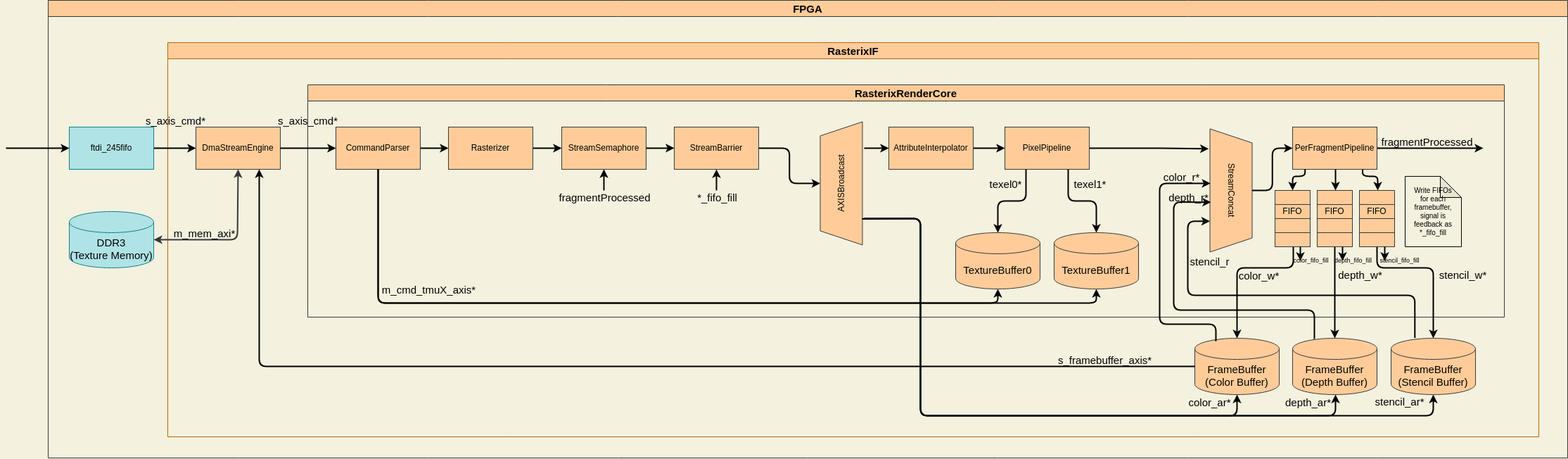
ToNi3141/Rasterix keeps this draw.io diagram as pictures/fpgaFlow.drawio.png. Above is the earlier version. Source tidied: cells renumbered, new cells last; positions are measured from the earlier drawing's top-left corner, leaving out a move shared by most shapes.
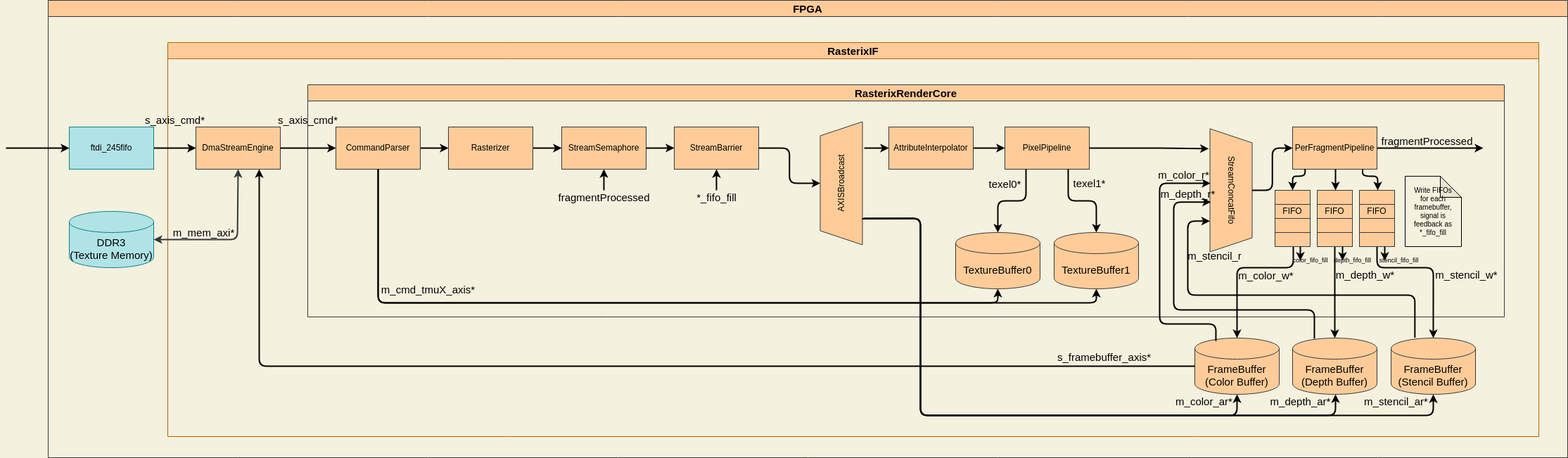
After the commit.

Commit message:
add slave and master prefix to the PixelPipeline, PerFragmentPipeline and StreamConcatFiFo

What changed in the source:
```diff
@@ -115,17 +115,17 @@
         </Array>
       </mxGeometry>
     </mxCell>
-    <mxCell id="31" value="color_w*" style="edgeLabel;html=1;align=center;verticalAlign=middle;fontSize=15;fontColor=#000000;labelBackgroundColor=none;" parent="30" vertex="1">
+    <mxCell id="31" value="m_color_w*" style="edgeLabel;html=1;align=center;verticalAlign=middle;fontSize=15;fontColor=#000000;labelBackgroundColor=none;" parent="30" vertex="1">
       <mxGeometry x="0.55" y="2" relative="1" as="geometry">
-        <mxPoint x="28" y="-42" as="offset" />
+        <mxPoint x="39" y="-42" as="offset" />
       </mxGeometry>
     </mxCell>
     <mxCell id="32" style="edgeStyle=orthogonalEdgeStyle;html=1;labelBackgroundColor=none;fontSize=15;fontColor=#000000;startArrow=none;startFill=0;strokeColor=#000000;strokeWidth=2;entryX=0.5;entryY=0;entryDx=0;entryDy=0;entryPerimeter=0;exitX=0.5;exitY=1;exitDx=0;exitDy=0;" parent="8" edge="1" source="69" target="11">
       <mxGeometry relative="1" as="geometry" />
     </mxCell>
-    <mxCell id="33" value="depth_w*" style="edgeLabel;html=1;align=center;verticalAlign=middle;fontSize=15;fontColor=#000000;labelBackgroundColor=none;" parent="32" vertex="1">
+    <mxCell id="33" value="m_depth_w*" style="edgeLabel;html=1;align=center;verticalAlign=middle;fontSize=15;fontColor=#000000;labelBackgroundColor=none;" parent="32" vertex="1">
       <mxGeometry x="0.35" y="-1" relative="1" as="geometry">
-        <mxPoint x="36" y="-48" as="offset" />
+        <mxPoint x="44" y="-48" as="offset" />
       </mxGeometry>
     </mxCell>
     <mxCell id="34" style="edgeStyle=orthogonalEdgeStyle;html=1;labelBackgroundColor=none;fontSize=15;fontColor=#000000;startArrow=none;startFill=0;strokeColor=#000000;strokeWidth=2;entryX=0.5;entryY=0;entryDx=0;entryDy=0;entryPerimeter=0;exitX=0.5;exitY=1;exitDx=0;exitDy=0;" parent="8" edge="1" source="65" target="9">
@@ -136,9 +136,9 @@
         </Array>
       </mxGeometry>
     </mxCell>
-    <mxCell id="35" value="stencil_w*" style="edgeLabel;html=1;align=center;verticalAlign=middle;fontSize=15;fontColor=#000000;labelBackgroundColor=none;" parent="34" vertex="1">
+    <mxCell id="35" value="m_stencil_w*" style="edgeLabel;html=1;align=center;verticalAlign=middle;fontSize=15;fontColor=#000000;labelBackgroundColor=none;" parent="34" vertex="1">
       <mxGeometry x="0.55" relative="1" as="geometry">
-        <mxPoint x="41" y="-43" as="offset" />
+        <mxPoint x="47" y="-43" as="offset" />
       </mxGeometry>
     </mxCell>
     <mxCell id="36" style="edgeStyle=orthogonalEdgeStyle;html=1;exitX=0;exitY=0.5;exitDx=0;exitDy=0;entryX=0.75;entryY=1;entryDx=0;entryDy=0;labelBackgroundColor=none;fontSize=15;fontColor=#000000;startArrow=none;startFill=0;strokeColor=#000000;strokeWidth=2;exitPerimeter=0;" parent="8" edge="1" source="10" target="16">
@@ -146,7 +146,7 @@
     </mxCell>
     <mxCell id="37" value="s_framebuffer_axis*" style="edgeLabel;html=1;align=center;verticalAlign=middle;fontSize=15;fontColor=#000000;labelBackgroundColor=none;" parent="36" vertex="1">
       <mxGeometry x="-0.84" y="-2" relative="1" as="geometry">
-        <mxPoint y="-8" as="offset" />
+        <mxPoint y="-11" as="offset" />
       </mxGeometry>
     </mxCell>
     <mxCell id="38" value="&lt;font color=&quot;#000000&quot;&gt;AXISBroadcast&lt;/font&gt;" style="shape=trapezoid;perimeter=trapezoidPerimeter;whiteSpace=wrap;html=1;fixedSize=1;rotation=-90;strokeColor=#36393D;fillColor=#FFCC99;" parent="8" vertex="1">
@@ -202,12 +202,12 @@
         </Array>
       </mxGeometry>
     </mxCell>
-    <mxCell id="50" value="stencil_ar*" style="edgeLabel;html=1;align=center;verticalAlign=middle;fontSize=15;fontColor=#000000;labelBackgroundColor=none;" parent="49" vertex="1">
+    <mxCell id="50" value="m_stencil_ar*" style="edgeLabel;html=1;align=center;verticalAlign=middle;fontSize=15;fontColor=#000000;labelBackgroundColor=none;" parent="49" vertex="1">
       <mxGeometry x="0.97" y="1" relative="1" as="geometry">
-        <mxPoint x="-48" y="-9" as="offset" />
+        <mxPoint x="-52" y="-9" as="offset" />
       </mxGeometry>
     </mxCell>
-    <mxCell id="51" value="&lt;font color=&quot;#000000&quot;&gt;StreamConcat&lt;/font&gt;" style="shape=trapezoid;perimeter=trapezoidPerimeter;whiteSpace=wrap;html=1;fixedSize=1;rotation=90;strokeColor=#36393D;fillColor=#FFCC99;" parent="8" vertex="1">
+    <mxCell id="51" value="&lt;font color=&quot;#000000&quot;&gt;StreamConcatFifo&lt;/font&gt;" style="shape=trapezoid;perimeter=trapezoidPerimeter;whiteSpace=wrap;html=1;fixedSize=1;rotation=90;strokeColor=#36393D;fillColor=#FFCC99;" parent="8" vertex="1">
       <mxGeometry x="1424" y="180" width="175" height="60" as="geometry" />
     </mxCell>
     <mxCell id="52" style="edgeStyle=orthogonalEdgeStyle;html=1;exitX=0.5;exitY=0;exitDx=0;exitDy=0;entryX=0;entryY=0.5;entryDx=0;entryDy=0;labelBackgroundColor=none;fontSize=15;fontColor=#000000;startArrow=none;startFill=0;strokeColor=#000000;strokeWidth=2;" parent="8" edge="1" source="51" target="13">
@@ -224,9 +224,9 @@
         </Array>
       </mxGeometry>
     </mxCell>
-    <mxCell id="54" value="depth_ar*" style="edgeLabel;html=1;align=center;verticalAlign=middle;fontSize=15;fontColor=#000000;labelBackgroundColor=none;" parent="53" vertex="1">
+    <mxCell id="54" value="m_depth_ar*" style="edgeLabel;html=1;align=center;verticalAlign=middle;fontSize=15;fontColor=#000000;labelBackgroundColor=none;" parent="53" vertex="1">
       <mxGeometry x="0.96" relative="1" as="geometry">
-        <mxPoint x="-40" y="-11" as="offset" />
+        <mxPoint x="-50" y="-11" as="offset" />
       </mxGeometry>
     </mxCell>
     <mxCell id="55" style="edgeStyle=orthogonalEdgeStyle;html=1;labelBackgroundColor=none;fontSize=15;fontColor=#000000;startArrow=none;startFill=0;strokeColor=#000000;strokeWidth=2;entryX=0.5;entryY=1;entryDx=0;entryDy=0;entryPerimeter=0;exitX=0.212;exitY=0.992;exitDx=0;exitDy=0;exitPerimeter=0;" parent="8" edge="1" source="38">
@@ -240,9 +240,9 @@
         </Array>
       </mxGeometry>
     </mxCell>
-    <mxCell id="56" value="color_ar*" style="edgeLabel;html=1;align=center;verticalAlign=middle;fontSize=15;fontColor=#000000;labelBackgroundColor=none;" parent="55" vertex="1">
+    <mxCell id="56" value="m_color_ar*" style="edgeLabel;html=1;align=center;verticalAlign=middle;fontSize=15;fontColor=#000000;labelBackgroundColor=none;" parent="55" vertex="1">
       <mxGeometry x="0.94" y="1" relative="1" as="geometry">
-        <mxPoint x="-39" y="-14" as="offset" />
+        <mxPoint x="-46" y="-14" as="offset" />
       </mxGeometry>
     </mxCell>
     <mxCell id="57" style="edgeStyle=orthogonalEdgeStyle;html=1;exitX=0.282;exitY=-0.007;exitDx=0;exitDy=0;labelBackgroundColor=none;fontSize=15;fontColor=#000000;startArrow=none;startFill=0;strokeColor=#000000;strokeWidth=2;exitPerimeter=0;entryX=0.75;entryY=1;entryDx=0;entryDy=0;" parent="8" edge="1" source="9" target="51">
@@ -254,9 +254,9 @@
         </Array>
       </mxGeometry>
     </mxCell>
-    <mxCell id="58" value="stencil_r" style="edgeLabel;html=1;align=center;verticalAlign=middle;fontSize=15;fontColor=#000000;labelBackgroundColor=none;" parent="57" vertex="1">
+    <mxCell id="58" value="m_stencil_r" style="edgeLabel;html=1;align=center;verticalAlign=middle;fontSize=15;fontColor=#000000;labelBackgroundColor=none;" parent="57" vertex="1">
       <mxGeometry x="0.55" y="2" relative="1" as="geometry">
-        <mxPoint x="32" y="-29" as="offset" />
+        <mxPoint x="40" y="-37" as="offset" />
       </mxGeometry>
     </mxCell>
     <mxCell id="59" style="edgeStyle=orthogonalEdgeStyle;html=1;exitX=0.258;exitY=0.011;exitDx=0;exitDy=0;labelBackgroundColor=none;fontSize=15;fontColor=#000000;startArrow=none;startFill=0;strokeColor=#000000;strokeWidth=2;exitPerimeter=0;entryX=0.595;entryY=0.977;entryDx=0;entryDy=0;entryPerimeter=0;" parent="8" edge="1" source="11" target="51">
@@ -268,9 +268,9 @@
         </Array>
       </mxGeometry>
     </mxCell>
-    <mxCell id="60" value="depth_r*" style="edgeLabel;html=1;align=center;verticalAlign=middle;fontSize=15;fontColor=#000000;labelBackgroundColor=none;" parent="59" vertex="1">
+    <mxCell id="60" value="m_depth_r*" style="edgeLabel;html=1;align=center;verticalAlign=middle;fontSize=15;fontColor=#000000;labelBackgroundColor=none;" parent="59" vertex="1">
       <mxGeometry x="0.55" y="2" relative="1" as="geometry">
-        <mxPoint x="22" y="-55" as="offset" />
+        <mxPoint x="22" y="-60" as="offset" />
       </mxGeometry>
     </mxCell>
     <mxCell id="61" style="edgeStyle=orthogonalEdgeStyle;html=1;exitX=0.258;exitY=0.011;exitDx=0;exitDy=0;labelBackgroundColor=none;fontSize=15;fontColor=#000000;startArrow=none;startFill=0;strokeColor=#000000;strokeWidth=2;exitPerimeter=0;entryX=0.443;entryY=0.988;entryDx=0;entryDy=0;entryPerimeter=0;" parent="8" edge="1" target="51">
@@ -283,9 +283,9 @@
         </Array>
       </mxGeometry>
     </mxCell>
-    <mxCell id="62" value="color_r*" style="edgeLabel;html=1;align=center;verticalAlign=middle;fontSize=15;fontColor=#000000;labelBackgroundColor=none;" parent="61" vertex="1">
+    <mxCell id="62" value="m_color_r*" style="edgeLabel;html=1;align=center;verticalAlign=middle;fontSize=15;fontColor=#000000;labelBackgroundColor=none;" parent="61" vertex="1">
       <mxGeometry x="0.55" y="2" relative="1" as="geometry">
-        <mxPoint x="32" y="-23" as="offset" />
+        <mxPoint x="36" y="-25" as="offset" />
       </mxGeometry>
     </mxCell>
     <mxCell id="63" value="&lt;font color=&quot;#000000&quot;&gt;FIFO&lt;/font&gt;" style="rounded=0;whiteSpace=wrap;html=1;strokeColor=#36393D;fillColor=#FFCC99;" parent="8" vertex="1">
```
